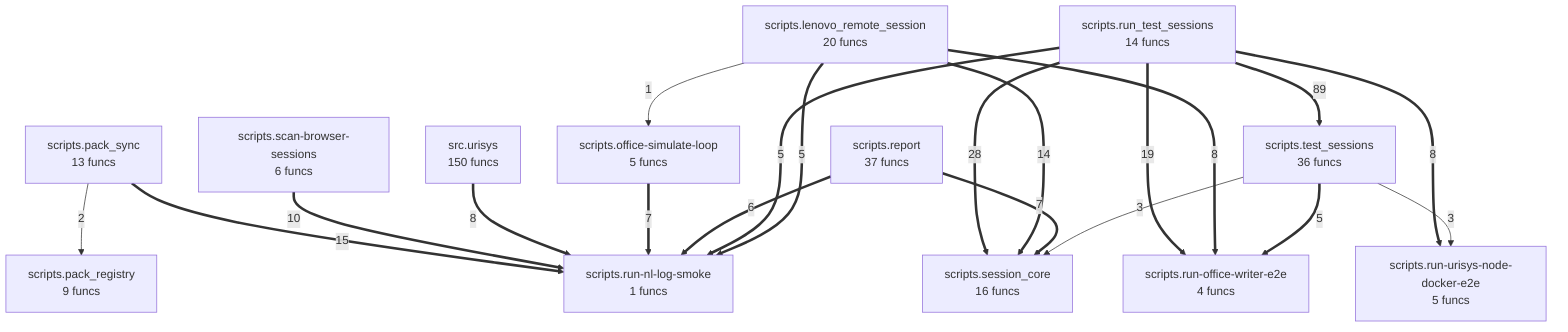
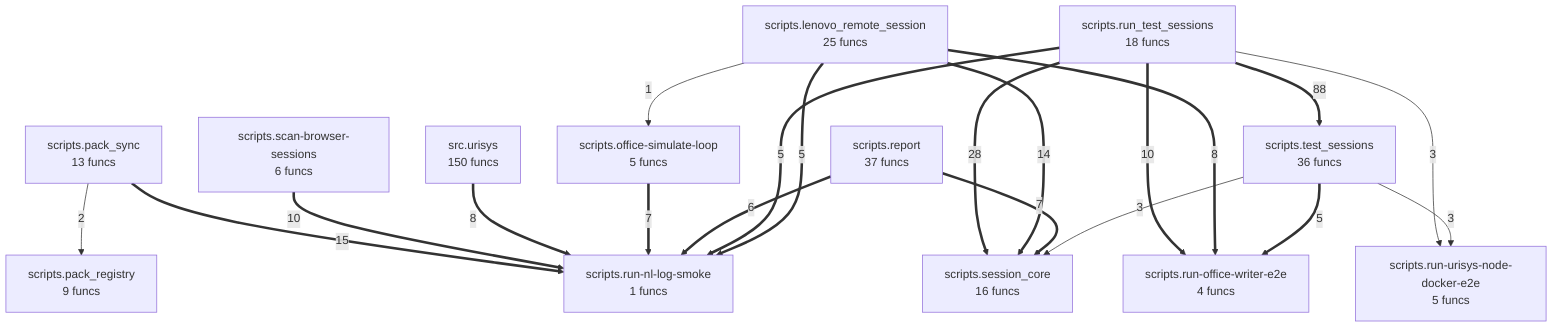
flowchart TD
%% generated in 0.01s
-     scripts__lenovo_remote_session["scripts.lenovo_remote_session<br/>20 funcs"]
+     scripts__lenovo_remote_session["scripts.lenovo_remote_session<br/>25 funcs"]
    scripts__office_simulate_loop["scripts.office-simulate-loop<br/>5 funcs"]
    scripts__pack_registry["scripts.pack_registry<br/>9 funcs"]
    scripts__pack_sync["scripts.pack_sync<br/>13 funcs"]
    scripts__report["scripts.report<br/>37 funcs"]
    scripts__run_nl_log_smoke["scripts.run-nl-log-smoke<br/>1 funcs"]
    scripts__run_office_writer_e2e["scripts.run-office-writer-e2e<br/>4 funcs"]
    scripts__run_urisys_node_docker_e2e["scripts.run-urisys-node-docker-e2e<br/>5 funcs"]
-     scripts__run_test_sessions["scripts.run_test_sessions<br/>14 funcs"]
+     scripts__run_test_sessions["scripts.run_test_sessions<br/>18 funcs"]
    scripts__scan_browser_sessions["scripts.scan-browser-sessions<br/>6 funcs"]
    scripts__session_core["scripts.session_core<br/>16 funcs"]
    scripts__test_sessions["scripts.test_sessions<br/>36 funcs"]
    src__urisys["src.urisys<br/>150 funcs"]
-     scripts__run_test_sessions ==>|89| scripts__test_sessions
+     scripts__run_test_sessions ==>|88| scripts__test_sessions
    scripts__run_test_sessions ==>|28| scripts__session_core
-     scripts__run_test_sessions ==>|19| scripts__run_office_writer_e2e
    scripts__pack_sync ==>|15| scripts__run_nl_log_smoke
    scripts__lenovo_remote_session ==>|14| scripts__session_core
    scripts__scan_browser_sessions ==>|10| scripts__run_nl_log_smoke
+     scripts__run_test_sessions ==>|10| scripts__run_office_writer_e2e
    src__urisys ==>|8| scripts__run_nl_log_smoke
-     scripts__run_test_sessions ==>|8| scripts__run_urisys_node_docker_e2e
    scripts__lenovo_remote_session ==>|8| scripts__run_office_writer_e2e
    scripts__office_simulate_loop ==>|7| scripts__run_nl_log_smoke
    scripts__report ==>|7| scripts__session_core
    scripts__report ==>|6| scripts__run_nl_log_smoke
    scripts__run_test_sessions ==>|5| scripts__run_nl_log_smoke
    scripts__test_sessions ==>|5| scripts__run_office_writer_e2e
    scripts__lenovo_remote_session ==>|5| scripts__run_nl_log_smoke
+     scripts__run_test_sessions -->|3| scripts__run_urisys_node_docker_e2e
    scripts__test_sessions -->|3| scripts__run_urisys_node_docker_e2e
    scripts__test_sessions -->|3| scripts__session_core
    scripts__pack_sync -->|2| scripts__pack_registry
    scripts__lenovo_remote_session -->|1| scripts__office_simulate_loop
